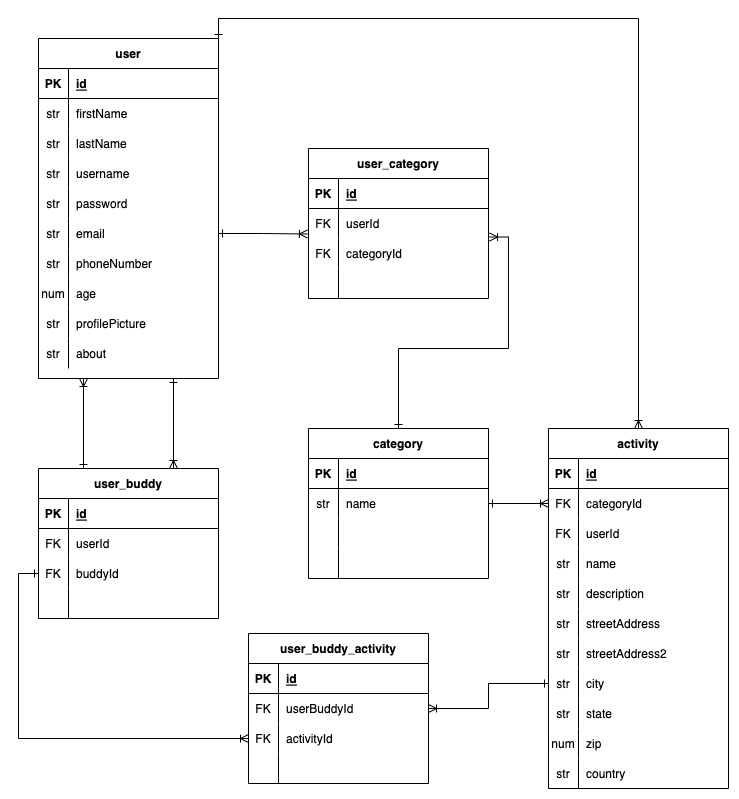
Earlier version of the draw.io export assets/buddy-up-ERD.drawio.png (shondriane/buddy-up-backend). Source tidied: cells renumbered, new cells last; positions are measured from the earlier drawing's top-left corner, leaving out a move shared by most shapes.
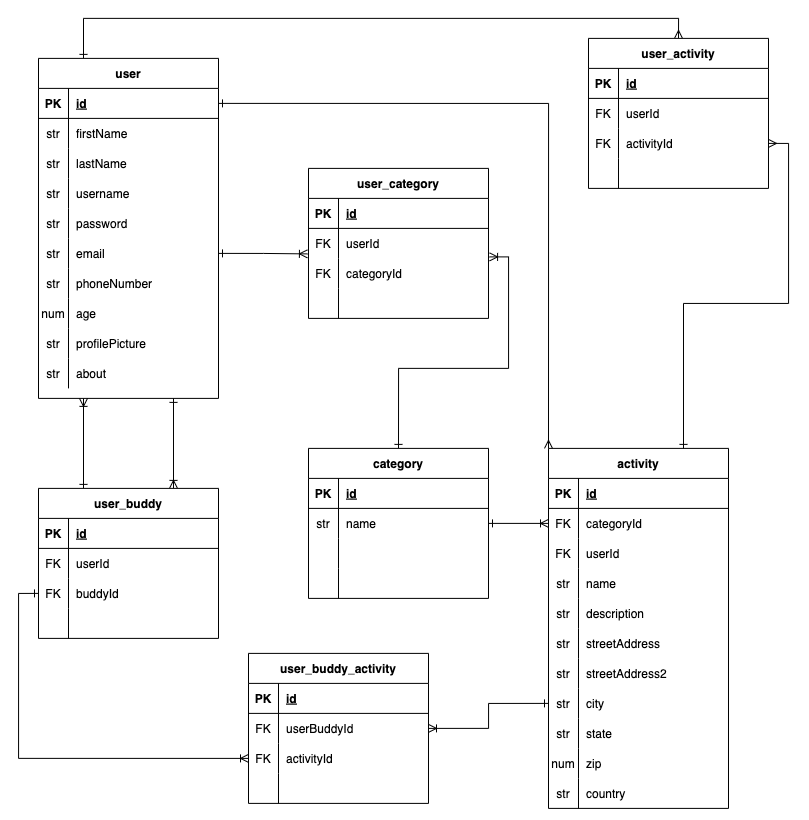
The same file after the commit.

Diff of the diagram source:
```diff
@@ -2,12 +2,12 @@
   <root>
     <mxCell id="0" />
     <mxCell id="1" parent="0" />
-    <mxCell id="2" style="edgeStyle=orthogonalEdgeStyle;rounded=0;jettySize=auto;html=1;exitX=1;exitY=0;exitDx=0;exitDy=0;entryX=0.5;entryY=0;entryDx=0;entryDy=0;startArrow=ERone;startFill=0;endArrow=ERoneToMany;endFill=0;" parent="1" edge="1" source="4" target="49">
-      <mxGeometry relative="1" as="geometry" />
-    </mxCell>
     <mxCell id="3" style="edgeStyle=orthogonalEdgeStyle;rounded=0;jettySize=auto;html=1;exitX=0.75;exitY=1;exitDx=0;exitDy=0;entryX=0.75;entryY=0;entryDx=0;entryDy=0;startArrow=ERone;startFill=0;endArrow=ERoneToMany;endFill=0;" parent="1" edge="1" source="4" target="98">
       <mxGeometry relative="1" as="geometry" />
     </mxCell>
+    <mxCell id="127" style="edgeStyle=orthogonalEdgeStyle;rounded=0;jettySize=auto;html=1;exitX=0.25;exitY=0;exitDx=0;exitDy=0;entryX=0.5;entryY=0;entryDx=0;entryDy=0;startArrow=ERone;startFill=0;endArrow=ERmany;endFill=0;" parent="1" edge="1" source="4" target="128">
+      <mxGeometry relative="1" as="geometry" />
+    </mxCell>
     <mxCell id="4" value="user" style="shape=table;startSize=30;rowLines=0;fontStyle=1;align=center;" parent="1" vertex="1">
       <mxGeometry width="180" height="340" as="geometry" />
     </mxCell>
@@ -377,5 +377,50 @@
     <mxCell id="126" style="edgeStyle=orthogonalEdgeStyle;rounded=0;jettySize=auto;html=1;exitX=0;exitY=0.5;exitDx=0;exitDy=0;entryX=1;entryY=0.5;entryDx=0;entryDy=0;startArrow=ERone;startFill=0;endArrow=ERoneToMany;endFill=0;" parent="1" edge="1" source="71" target="116">
       <mxGeometry relative="1" as="geometry" />
     </mxCell>
+    <mxCell id="128" value="user_activity" style="shape=table;startSize=30;rowLines=0;fontStyle=1;align=center;" parent="1" vertex="1">
+      <mxGeometry x="550" y="-20" width="180" height="150" as="geometry" />
+    </mxCell>
+    <mxCell id="129" style="shape=tableRow;horizontal=0;startSize=0;swimlaneHead=0;swimlaneBody=0;fillColor=none;top=0;left=0;right=0;bottom=1;" parent="128" vertex="1">
+      <mxGeometry y="30" width="180" height="30" as="geometry" />
+    </mxCell>
+    <mxCell id="130" value="PK" style="shape=partialRectangle;fillColor=none;top=0;left=0;bottom=0;right=0;fontStyle=1;overflow=hidden;" parent="129" vertex="1">
+      <mxGeometry width="30" height="30" as="geometry" />
+    </mxCell>
+    <mxCell id="131" value="id" style="shape=partialRectangle;fillColor=none;top=0;left=0;bottom=0;right=0;align=left;spacingLeft=6;fontStyle=5;overflow=hidden;" parent="129" vertex="1">
+      <mxGeometry x="30" width="150" height="30" as="geometry" />
+    </mxCell>
+    <mxCell id="132" style="shape=tableRow;horizontal=0;startSize=0;swimlaneHead=0;swimlaneBody=0;fillColor=none;top=0;left=0;right=0;bottom=0;" parent="128" vertex="1">
+      <mxGeometry y="60" width="180" height="30" as="geometry" />
+    </mxCell>
+    <mxCell id="133" value="FK" style="shape=partialRectangle;fillColor=none;top=0;left=0;bottom=0;right=0;overflow=hidden;" parent="132" vertex="1">
+      <mxGeometry width="30" height="30" as="geometry" />
+    </mxCell>
+    <mxCell id="134" value="userId" style="shape=partialRectangle;fillColor=none;top=0;left=0;bottom=0;right=0;align=left;spacingLeft=6;overflow=hidden;" parent="132" vertex="1">
+      <mxGeometry x="30" width="150" height="30" as="geometry" />
+    </mxCell>
+    <mxCell id="135" style="shape=tableRow;horizontal=0;startSize=0;swimlaneHead=0;swimlaneBody=0;fillColor=none;points=[[0,0.5],[1,0.5]];portConstraint=eastwest;top=0;left=0;right=0;bottom=0;" parent="128" vertex="1">
+      <mxGeometry y="90" width="180" height="30" as="geometry" />
+    </mxCell>
+    <mxCell id="136" value="FK" style="shape=partialRectangle;fillColor=none;top=0;left=0;bottom=0;right=0;overflow=hidden;" parent="135" vertex="1">
+      <mxGeometry width="30" height="30" as="geometry" />
+    </mxCell>
+    <mxCell id="137" value="activityId" style="shape=partialRectangle;fillColor=none;top=0;left=0;bottom=0;right=0;align=left;spacingLeft=6;overflow=hidden;" parent="135" vertex="1">
+      <mxGeometry x="30" width="150" height="30" as="geometry" />
+    </mxCell>
+    <mxCell id="138" style="shape=tableRow;horizontal=0;startSize=0;swimlaneHead=0;swimlaneBody=0;fillColor=none;top=0;left=0;right=0;bottom=0;" parent="128" vertex="1">
+      <mxGeometry y="120" width="180" height="30" as="geometry" />
+    </mxCell>
+    <mxCell id="139" style="shape=partialRectangle;fillColor=none;top=0;left=0;bottom=0;right=0;overflow=hidden;" parent="138" vertex="1">
+      <mxGeometry width="30" height="30" as="geometry" />
+    </mxCell>
+    <mxCell id="140" style="shape=partialRectangle;fillColor=none;top=0;left=0;bottom=0;right=0;align=left;spacingLeft=6;overflow=hidden;" parent="138" vertex="1">
+      <mxGeometry x="30" width="150" height="30" as="geometry" />
+    </mxCell>
+    <mxCell id="141" style="edgeStyle=orthogonalEdgeStyle;rounded=0;jettySize=auto;html=1;exitX=1;exitY=0.5;exitDx=0;exitDy=0;entryX=0;entryY=0;entryDx=0;entryDy=0;startArrow=ERone;startFill=0;endArrow=ERmany;endFill=0;" parent="1" edge="1" source="5" target="49">
+      <mxGeometry relative="1" as="geometry" />
+    </mxCell>
+    <mxCell id="142" style="edgeStyle=orthogonalEdgeStyle;rounded=0;jettySize=auto;html=1;exitX=1;exitY=0.5;exitDx=0;exitDy=0;entryX=0.75;entryY=0;entryDx=0;entryDy=0;startArrow=ERmany;startFill=0;endArrow=ERone;endFill=0;" parent="1" edge="1" source="135" target="49">
+      <mxGeometry relative="1" as="geometry" />
+    </mxCell>
   </root>
 </mxGraphModel>
```
